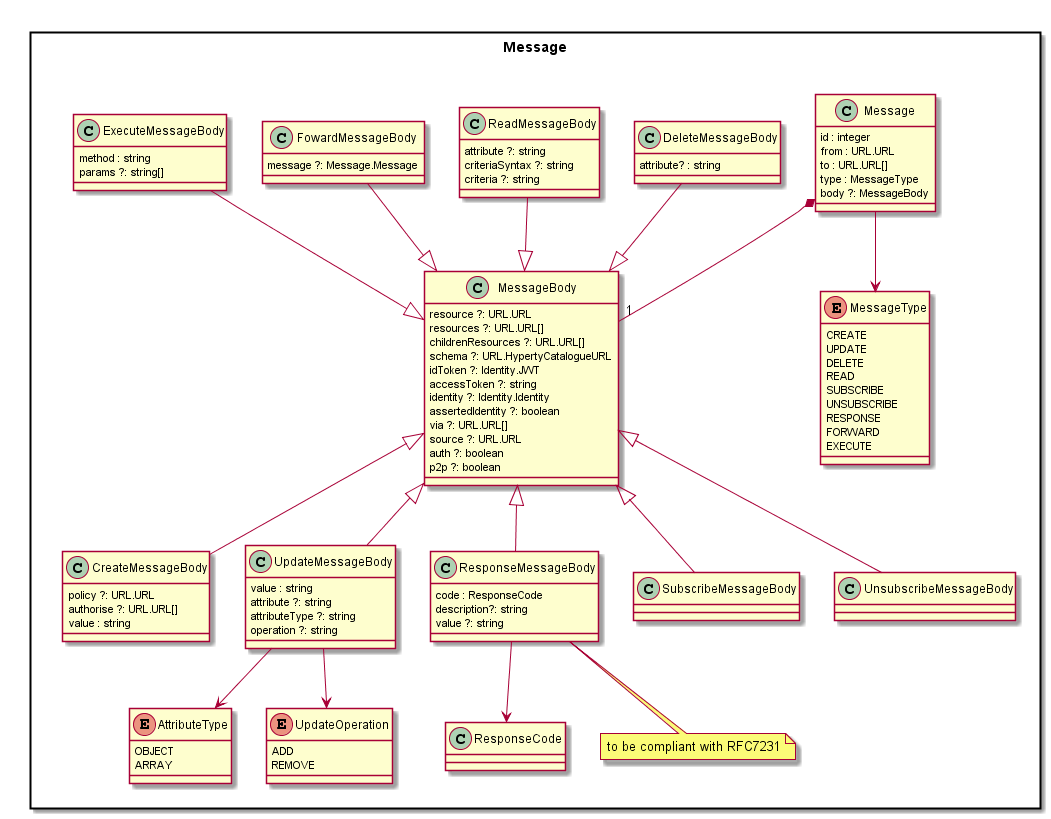
Earlier version of the PlantUML export datamodel/core/message/Message-Data-Model.png (reTHINK-project/specs).
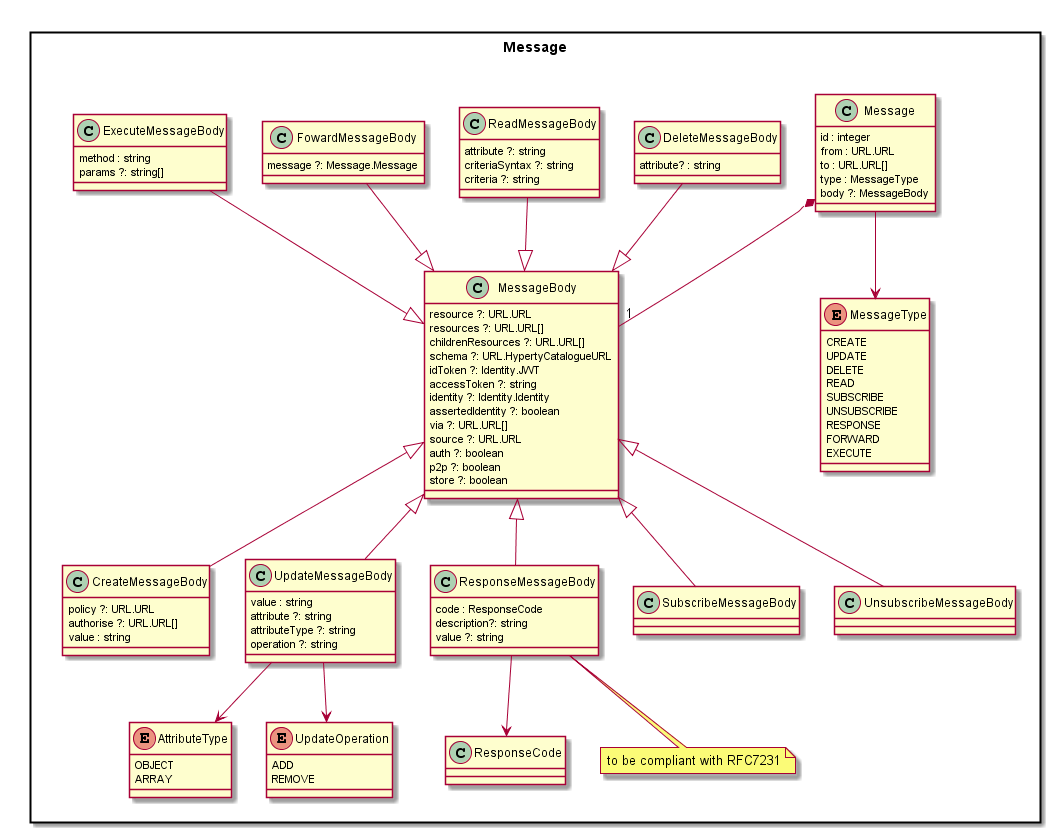
After the change.

Commit message:
Updated Message and Data Sync datamodel with new attributes to handle data persistence.

What changed in the source:
```diff
@@ -23,6 +23,7 @@
 		source ?: URL.URL
 		auth ?: boolean
 		p2p ?: boolean
+		store ?: boolean
 	}
 
 	class CreateMessageBody {
```
